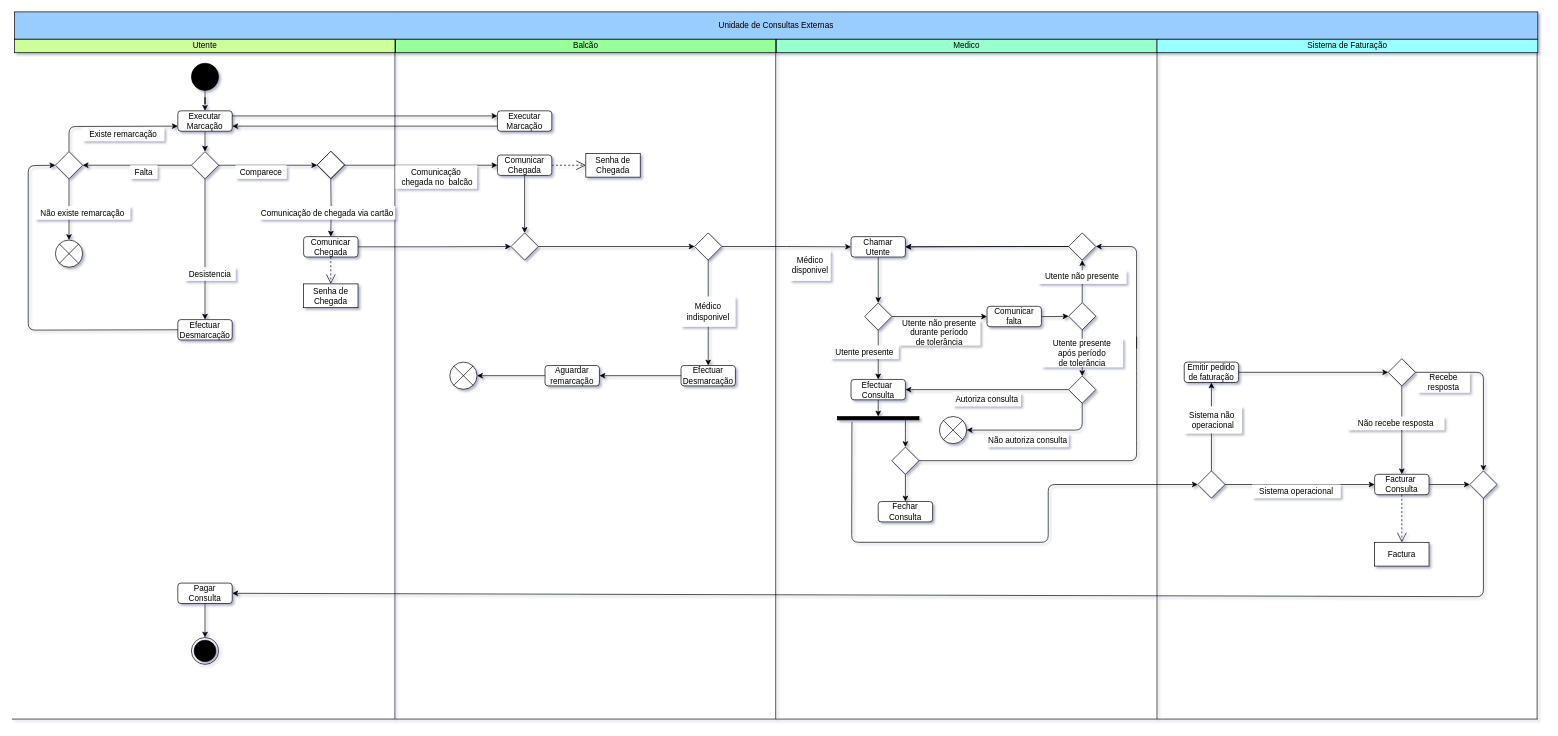
Before: Diagrama de Atividades - Consultas Médicas .drawio in getSierralta/Si-Centro-Hospitalar-Upskill, a draw.io diagram. Source tidied: cells renumbered, new cells numbered last; positions are measured from the earlier drawing's top-left corner, leaving out a move shared by most shapes. Both pictures are drawn from the tidied source at 68%, with x=0, y=0 at pixel (12, 12).
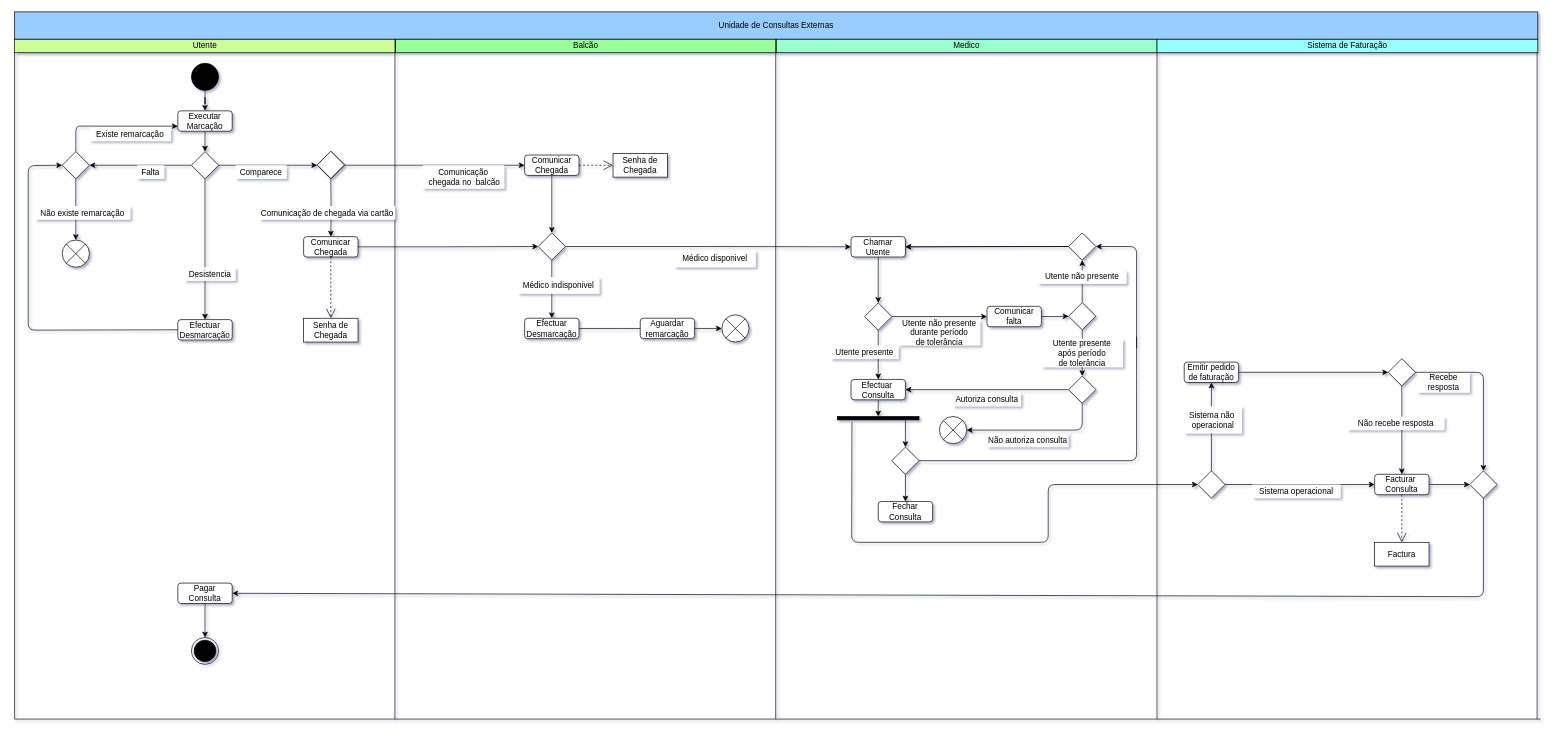
The same diagram, later.

Unchanged cells that the change refers to:
```xml
<mxCell id="2" value="Utente" style="rounded=0;whiteSpace=wrap;html=1;fillColor=#CCFF99;" parent="1" vertex="1">
  <mxGeometry x="4" y="40" width="560" height="20" as="geometry" />
</mxCell>
<mxCell id="14" value="Executar&lt;br&gt;Marcação" style="rounded=1;whiteSpace=wrap;html=1;fillColor=#FFFFFF;" parent="1" vertex="1">
  <mxGeometry x="244" y="145.5" width="80" height="30" as="geometry" />
</mxCell>
<mxCell id="37" value="Chamar&lt;br&gt;Utente" style="rounded=1;whiteSpace=wrap;html=1;fillColor=#FFFFFF;" parent="1" vertex="1">
  <mxGeometry x="1234" y="330.5" width="80" height="30" as="geometry" />
</mxCell>
```

Change to the diagram source:
```diff
@@
     <mxCell id="16" style="rhombus;whiteSpace=wrap;html=1;fillColor=#FFFFFF;" parent="1" vertex="1">
-      <mxGeometry x="64" y="205.5" width="40" height="40" as="geometry" />
+      <mxGeometry x="74" y="205.5" width="40" height="40" as="geometry" />
     </mxCell>
@@
     <mxCell id="18" value="Falta" style="text;html=1;strokeColor=none;align=center;verticalAlign=middle;whiteSpace=wrap;rounded=0;fillColor=#ffffff;" parent="1" vertex="1">
-      <mxGeometry x="174" y="225.5" width="40" height="20" as="geometry" />
+      <mxGeometry x="184" y="225.5" width="40" height="20" as="geometry" />
     </mxCell>
     <mxCell id="19" value="Existe remarcação" style="text;html=1;strokeColor=none;align=center;verticalAlign=middle;whiteSpace=wrap;rounded=0;fillColor=#ffffff;" parent="1" vertex="1">
-      <mxGeometry x="104" y="170" width="120" height="20" as="geometry" />
+      <mxGeometry x="114" y="170" width="120" height="20" as="geometry" />
     </mxCell>
     <mxCell id="20" style="shape=sumEllipse;perimeter=ellipsePerimeter;whiteSpace=wrap;html=1;backgroundOutline=1;fillColor=#FFFFFF;" parent="1" vertex="1">
-      <mxGeometry x="64" y="335.5" width="40" height="40" as="geometry" />
+      <mxGeometry x="74" y="335.5" width="40" height="40" as="geometry" />
     </mxCell>
@@
     <mxCell id="26" value="Comunicar&lt;br&gt;Chegada" style="rounded=1;whiteSpace=wrap;html=1;fillColor=#FFFFFF;" parent="1" vertex="1">
-      <mxGeometry x="714" y="210.5" width="80" height="30" as="geometry" />
+      <mxGeometry x="754" y="210.5" width="80" height="30" as="geometry" />
     </mxCell>
@@
     <mxCell id="30" value="Senha de&lt;br&gt;Chegada" style="rounded=0;whiteSpace=wrap;html=1;fillColor=#ffffff;" parent="1" vertex="1">
-      <mxGeometry x="844" y="208" width="80" height="35" as="geometry" />
+      <mxGeometry x="884" y="208" width="80" height="35" as="geometry" />
     </mxCell>
     <mxCell id="31" value="Senha de&lt;br&gt;Chegada" style="rounded=0;whiteSpace=wrap;html=1;fillColor=#ffffff;" parent="1" vertex="1">
-      <mxGeometry x="429" y="400" width="80" height="35" as="geometry" />
+      <mxGeometry x="429" y="450.5" width="80" height="35" as="geometry" />
     </mxCell>
@@
-    <mxCell id="34" style="edgeStyle=orthogonalEdgeStyle;rounded=0;jettySize=auto;html=1;entryX=0;entryY=0.5;entryDx=0;entryDy=0;" parent="1" edge="1" source="92" target="37">
+    <mxCell id="34" style="edgeStyle=orthogonalEdgeStyle;rounded=0;jettySize=auto;html=1;entryX=0;entryY=0.5;entryDx=0;entryDy=0;exitX=1;exitY=0.5;exitDx=0;exitDy=0;" parent="1" edge="1" source="35" target="37">
       <mxGeometry relative="1" as="geometry" />
     </mxCell>
+    <mxCell id="116" style="edgeStyle=orthogonalEdgeStyle;rounded=0;jettySize=auto;html=1;entryX=0.5;entryY=0;entryDx=0;entryDy=0;" parent="1" edge="1" source="35" target="90">
+      <mxGeometry relative="1" as="geometry" />
+    </mxCell>
     <mxCell id="35" style="rhombus;whiteSpace=wrap;html=1;fillColor=#FFFFFF;" parent="1" vertex="1">
-      <mxGeometry x="734" y="325" width="40" height="40" as="geometry" />
+      <mxGeometry x="774" y="325" width="40" height="40" as="geometry" />
     </mxCell>
@@
     <mxCell id="60" style="endArrow=classic;html=1;exitX=0.5;exitY=0;exitDx=0;exitDy=0;entryX=0;entryY=0.75;entryDx=0;entryDy=0;" parent="1" edge="1" source="16" target="14">
       <mxGeometry relative="1" as="geometry">
         <Array as="points">
-          <mxPoint x="84" y="168.5" />
+          <mxPoint x="94" y="168" />
+          <mxPoint x="104" y="168" />
         </Array>
       </mxGeometry>
     </mxCell>
     <mxCell id="61" value="Comunicação&lt;br&gt;&amp;nbsp;chegada no&amp;nbsp; balcão" style="text;html=1;strokeColor=none;align=center;verticalAlign=middle;whiteSpace=wrap;rounded=0;fillColor=#ffffff;" parent="1" vertex="1">
-      <mxGeometry x="564" y="225.5" width="120" height="34.5" as="geometry" />
+      <mxGeometry x="604" y="225.5" width="120" height="34.5" as="geometry" />
     </mxCell>
@@
-    <mxCell id="88" value="Médico&lt;br&gt;disponivel" style="text;html=1;strokeColor=none;align=center;verticalAlign=middle;whiteSpace=wrap;rounded=0;fillColor=#ffffff;" parent="1" vertex="1">
-      <mxGeometry x="1144" y="351" width="60" height="44.5" as="geometry" />
-    </mxCell>
-    <mxCell id="89" style="edgeStyle=orthogonalEdgeStyle;rounded=0;jettySize=auto;html=1;" parent="1" edge="1" source="90" target="96">
-      <mxGeometry relative="1" as="geometry" />
+    <mxCell id="89" style="edgeStyle=orthogonalEdgeStyle;rounded=0;jettySize=auto;html=1;" parent="1" edge="1" source="90">
+      <mxGeometry relative="1" as="geometry">
+        <mxPoint x="964" y="465.5" as="targetPoint" />
+      </mxGeometry>
     </mxCell>
     <mxCell id="90" value="Efectuar&lt;br&gt;Desmarcação" style="rounded=1;whiteSpace=wrap;html=1;fillColor=#FFFFFF;" parent="1" vertex="1">
-      <mxGeometry x="984" y="520" width="80" height="30" as="geometry" />
+      <mxGeometry x="754" y="450.5" width="80" height="30" as="geometry" />
     </mxCell>
-    <mxCell id="91" style="endArrow=classic;html=1;exitX=0.5;exitY=1;exitDx=0;exitDy=0;entryX=0.5;entryY=0;entryDx=0;entryDy=0;" parent="1" edge="1" source="92" target="90">
-      <mxGeometry relative="1" as="geometry">
-        <Array as="points">
-          <mxPoint x="1024" y="460" />
-        </Array>
-      </mxGeometry>
-    </mxCell>
-    <mxCell id="92" style="rhombus;whiteSpace=wrap;html=1;fillColor=#FFFFFF;" parent="1" vertex="1">
-      <mxGeometry x="1004" y="325" width="40" height="40" as="geometry" />
-    </mxCell>
-    <mxCell id="93" style="edgeStyle=orthogonalEdgeStyle;rounded=0;jettySize=auto;html=1;entryX=0;entryY=0.5;entryDx=0;entryDy=0;" parent="1" edge="1" source="35" target="92">
-      <mxGeometry relative="1" as="geometry" />
-    </mxCell>
-    <mxCell id="94" value="Médico&lt;br&gt;indisponivel" style="text;html=1;strokeColor=none;align=center;verticalAlign=middle;whiteSpace=wrap;rounded=0;fillColor=#ffffff;" parent="1" vertex="1">
-      <mxGeometry x="984" y="418.5" width="80" height="44.5" as="geometry" />
+    <mxCell id="94" value="Médico indisponivel" style="text;html=1;strokeColor=none;align=center;verticalAlign=middle;whiteSpace=wrap;rounded=0;fillColor=#ffffff;" parent="1" vertex="1">
+      <mxGeometry x="744" y="390" width="120" height="24.5" as="geometry" />
     </mxCell>
-    <mxCell id="95" style="edgeStyle=orthogonalEdgeStyle;rounded=0;jettySize=auto;html=1;entryX=1;entryY=0.5;entryDx=0;entryDy=0;" parent="1" edge="1" source="96" target="100">
+    <mxCell id="95" style="edgeStyle=orthogonalEdgeStyle;rounded=0;jettySize=auto;html=1;entryX=0;entryY=0.5;entryDx=0;entryDy=0;" parent="1" edge="1" source="96" target="100">
       <mxGeometry relative="1" as="geometry" />
     </mxCell>
     <mxCell id="96" value="Aguardar&lt;br&gt;remarcação" style="rounded=1;whiteSpace=wrap;html=1;fillColor=#FFFFFF;" parent="1" vertex="1">
-      <mxGeometry x="784" y="520" width="80" height="30" as="geometry" />
+      <mxGeometry x="924" y="450.5" width="80" height="30" as="geometry" />
     </mxCell>
-    <mxCell id="97" value="Executar&lt;br&gt;Marcação" style="rounded=1;whiteSpace=wrap;html=1;fillColor=#FFFFFF;" parent="1" vertex="1">
-      <mxGeometry x="714" y="145.5" width="80" height="30" as="geometry" />
-    </mxCell>
-    <mxCell id="98" style="endArrow=classic;html=1;exitX=1;exitY=0.25;exitDx=0;exitDy=0;entryX=0;entryY=0.25;entryDx=0;entryDy=0;" parent="1" edge="1" source="14" target="97">
-      <mxGeometry relative="1" as="geometry" />
-    </mxCell>
-    <mxCell id="99" style="endArrow=classic;html=1;exitX=0;exitY=0.75;exitDx=0;exitDy=0;entryX=1;entryY=0.75;entryDx=0;entryDy=0;" parent="1" edge="1" source="97" target="14">
-      <mxGeometry relative="1" as="geometry" />
-    </mxCell>
     <mxCell id="100" style="shape=sumEllipse;perimeter=ellipsePerimeter;whiteSpace=wrap;html=1;backgroundOutline=1;fillColor=#FFFFFF;" parent="1" vertex="1">
-      <mxGeometry x="644" y="515" width="40" height="40" as="geometry" />
+      <mxGeometry x="1044" y="445.5" width="40" height="40" as="geometry" />
     </mxCell>
     <mxCell id="101" style="endArrow=none;html=1;" parent="1" edge="1">
       <mxGeometry relative="1" as="geometry">
-        <mxPoint y="1040" as="sourcePoint" />
-        <mxPoint x="2244" y="1040" as="targetPoint" />
+        <mxPoint x="4" y="1040" as="sourcePoint" />
+        <mxPoint x="2248" y="1040" as="targetPoint" />
       </mxGeometry>
     </mxCell>
@@
+    <mxCell id="117" style="endArrow=none;html=1;shadow=0;strokeColor=#000000;entryX=0;entryY=1;entryDx=0;entryDy=0;" parent="1" edge="1" target="2">
+      <mxGeometry relative="1" as="geometry">
+        <mxPoint x="4" y="1040" as="sourcePoint" />
+      </mxGeometry>
+    </mxCell>
+    <mxCell id="88" value="Médico disponivel" style="text;html=1;strokeColor=none;align=center;verticalAlign=middle;whiteSpace=wrap;rounded=0;fillColor=#ffffff;" parent="1" vertex="1">
+      <mxGeometry x="974" y="351" width="120" height="24.5" as="geometry" />
+    </mxCell>
```
